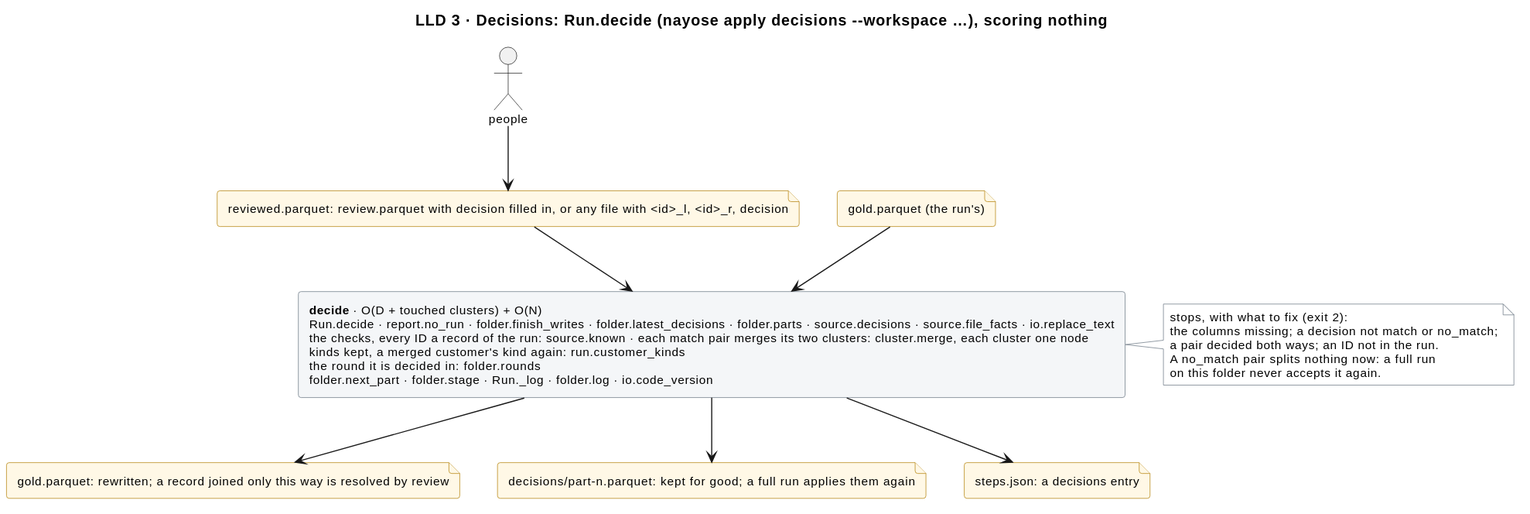
Above: docs/diagrams/decisions.svg in mvsbm/entity_matching (PlantUML), before the change.
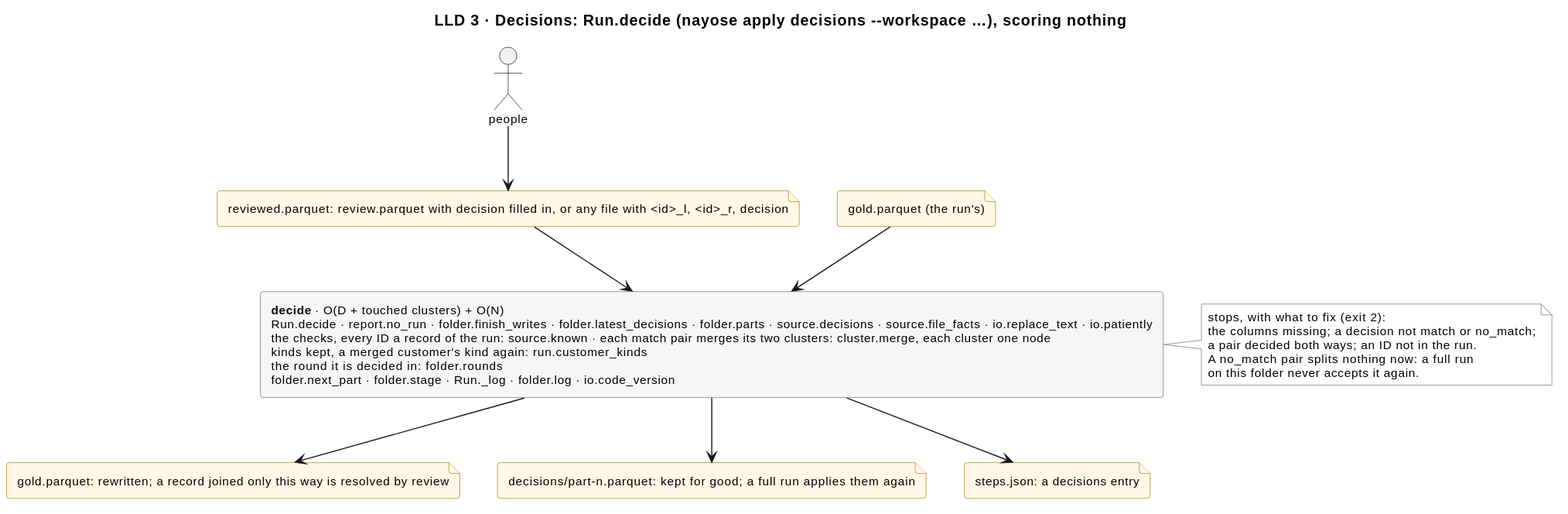
Above is the later version.

Diff of the diagram source:
```diff
@@ -18,7 +18,7 @@
 file "reviewed.parquet: review.parquet with decision filled in, or any file with <id>_l, <id>_r, decision" as f_decided
 file "gold.parquet (the run's)" as f_gold_in
 
-rectangle "<b>decide</b> · O(D + touched clusters) + O(N)\nRun.decide · report.no_run · folder.finish_writes · folder.latest_decisions · folder.parts · source.decisions · source.file_facts · io.replace_text\nthe checks, every ID a record of the run: source.known · each match pair merges its two clusters: cluster.merge, each cluster one node\nkinds kept, a merged customer's kind again: run.customer_kinds\nthe round it is decided in: folder.rounds\nfolder.next_part · folder.stage · Run._log · folder.log · io.code_version" as decide
+rectangle "<b>decide</b> · O(D + touched clusters) + O(N)\nRun.decide · report.no_run · folder.finish_writes · folder.latest_decisions · folder.parts · source.decisions · source.file_facts · io.replace_text · io.patiently\nthe checks, every ID a record of the run: source.known · each match pair merges its two clusters: cluster.merge, each cluster one node\nkinds kept, a merged customer's kind again: run.customer_kinds\nthe round it is decided in: folder.rounds\nfolder.next_part · folder.stage · Run._log · folder.log · io.code_version" as decide
 
 note right of decide
   stops, with what to fix (exit 2):
```
